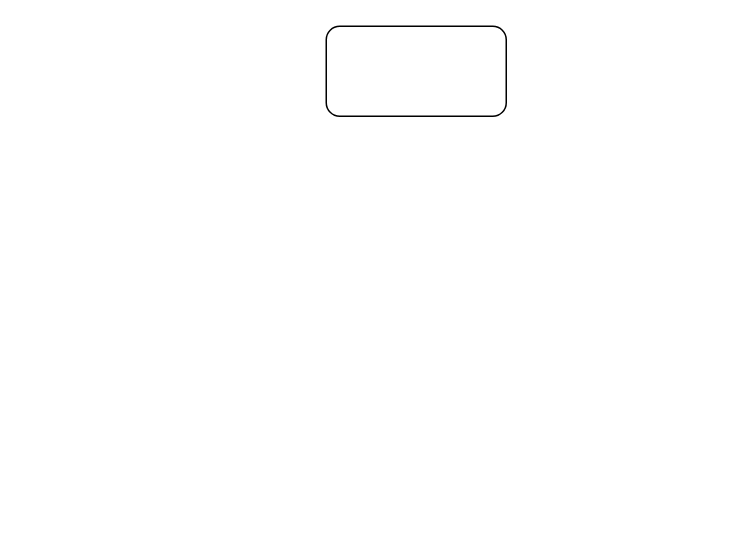
Earlier version of the draw.io diagram Untitled Diagram.drawio (Haoyu-R/appendix). Source tidied: cells renumbered, new cells numbered last; positions are measured from the earlier drawing's top-left corner, leaving out a move shared by most shapes. Both pictures are drawn from the tidied source at 150%, with x=0, y=0 at pixel (326, 26).
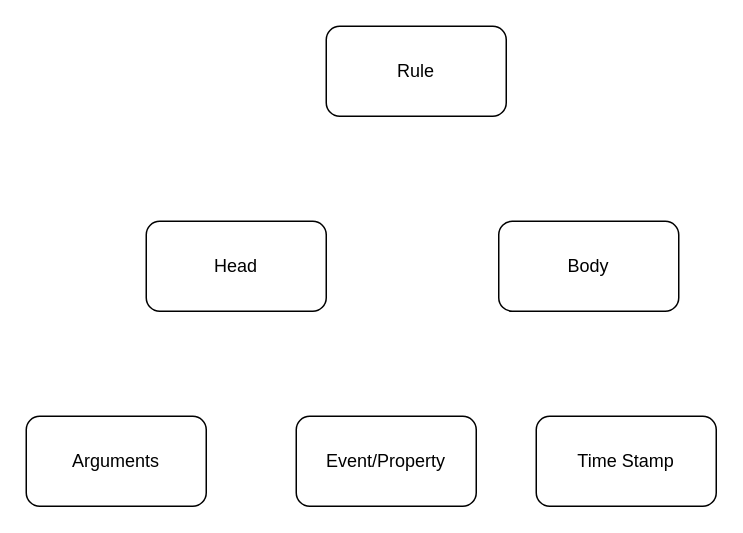
The same page after the edit.

The edit, as a diff of the source:
```diff
@@
 <mxGraphModel>
   <root>
     <mxCell id="0" />
     <mxCell id="1" parent="0" />
-    <mxCell id="2" style="rounded=1;whiteSpace=wrap;html=1;" parent="1" vertex="1">
+    <mxCell id="2" value="Rule" style="rounded=1;whiteSpace=wrap;html=1;" parent="1" vertex="1">
       <mxGeometry width="120" height="60" as="geometry" />
     </mxCell>
+    <mxCell id="3" value="Head" style="rounded=1;whiteSpace=wrap;html=1;" parent="1" vertex="1">
+      <mxGeometry x="-120" y="130" width="120" height="60" as="geometry" />
+    </mxCell>
+    <mxCell id="4" value="Body" style="rounded=1;whiteSpace=wrap;html=1;" parent="1" vertex="1">
+      <mxGeometry x="115" y="130" width="120" height="60" as="geometry" />
+    </mxCell>
+    <mxCell id="5" value="Arguments" style="rounded=1;whiteSpace=wrap;html=1;" parent="1" vertex="1">
+      <mxGeometry x="-200" y="260" width="120" height="60" as="geometry" />
+    </mxCell>
+    <mxCell id="6" value="Event/Property" style="rounded=1;whiteSpace=wrap;html=1;" parent="1" vertex="1">
+      <mxGeometry x="-20" y="260" width="120" height="60" as="geometry" />
+    </mxCell>
+    <mxCell id="7" value="Time Stamp" style="rounded=1;whiteSpace=wrap;html=1;" parent="1" vertex="1">
+      <mxGeometry x="140" y="260" width="120" height="60" as="geometry" />
+    </mxCell>
   </root>
 </mxGraphModel>
```
